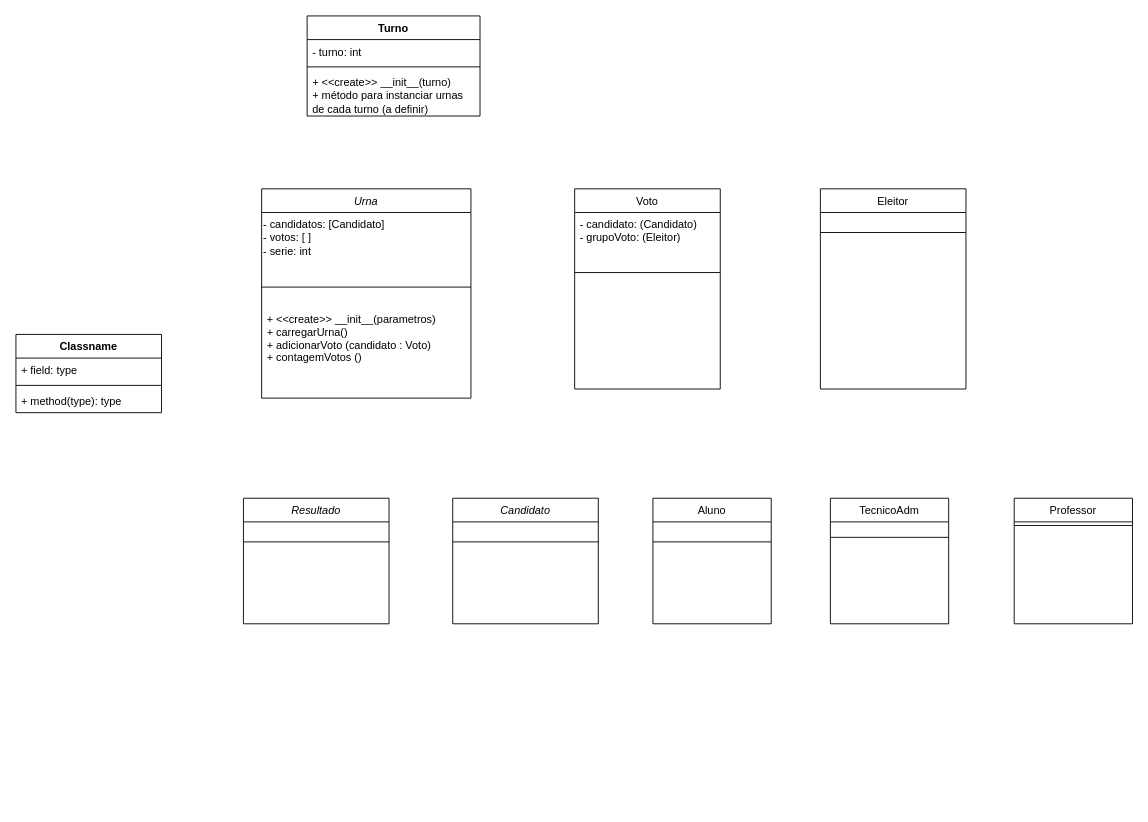
This is projeto_urna.drawio from Alien-Love/T1_INE5605, a draw.io file, before an edit. Source tidied: cells renumbered, new cells numbered last; positions are measured from the earlier drawing's top-left corner, leaving out a move shared by most shapes. Both pictures are drawn from the tidied source at 91%, with x=0, y=0 at pixel (15, 15).
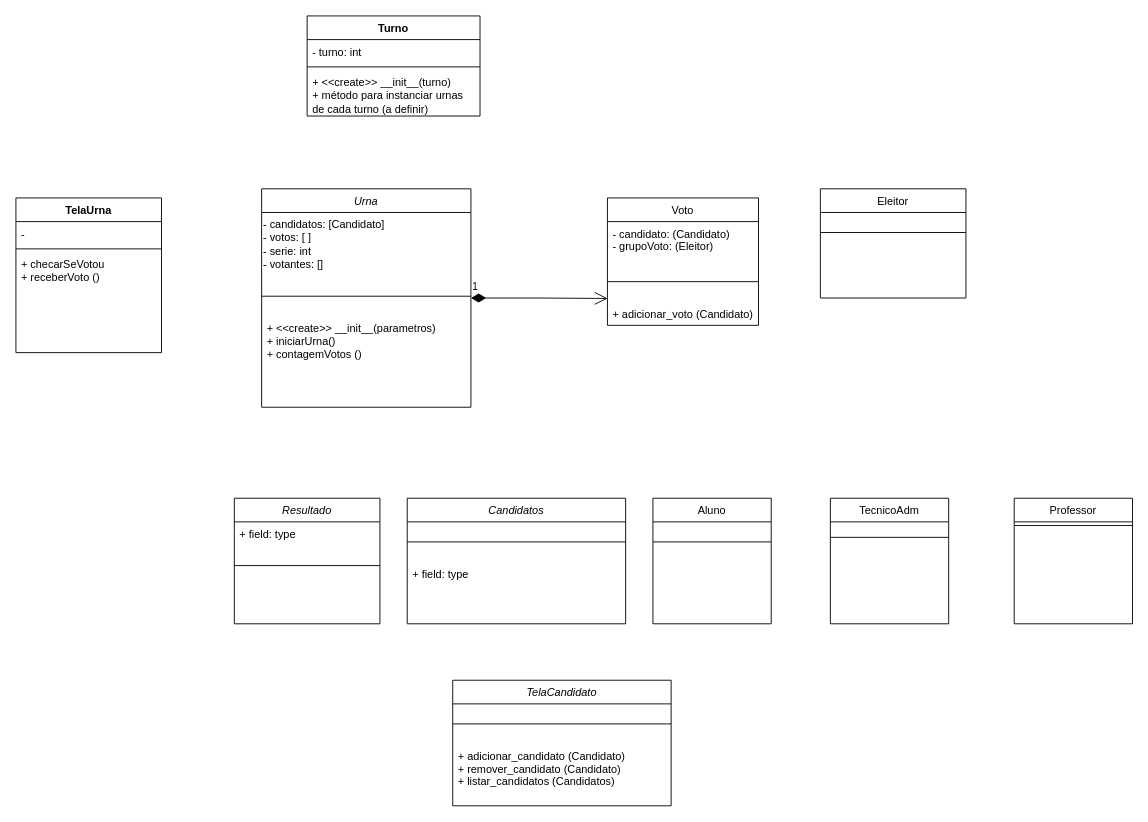
The same diagram, later.

Diff of the diagram source:
```diff
@@
     <mxCell id="2" value="Urna" style="swimlane;fontStyle=2;align=center;verticalAlign=top;horizontal=1;startSize=26;rounded=0;shadow=0;strokeWidth=1;" parent="1" vertex="1">
-      <mxGeometry x="270" y="190" width="230" height="230" as="geometry" />
+      <mxGeometry x="270" y="190" width="230" height="240" as="geometry" />
     </mxCell>
-    <mxCell id="3" value="- candidatos: [Candidato]&lt;br&gt;- votos: [ ]&lt;br&gt;- serie: int" style="text;html=1;align=left;verticalAlign=top;strokeColor=none;fillColor=none;" parent="2" vertex="1">
-      <mxGeometry y="26" width="230" height="60" as="geometry" />
+    <mxCell id="3" value="- candidatos: [Candidato]&lt;br&gt;- votos: [ ]&lt;br&gt;- serie: int&lt;br&gt;- votantes: []" style="text;html=1;align=left;verticalAlign=top;strokeColor=none;fillColor=none;" parent="2" vertex="1">
+      <mxGeometry y="26" width="230" height="70" as="geometry" />
     </mxCell>
     <mxCell id="4" style="line;html=1;strokeWidth=1;align=left;verticalAlign=middle;spacingTop=-1;spacingLeft=3;spacingRight=3;labelPosition=right;" parent="2" vertex="1">
-      <mxGeometry y="86" width="230" height="44" as="geometry" />
+      <mxGeometry y="96" width="230" height="44" as="geometry" />
     </mxCell>
-    <mxCell id="5" value="+ &lt;&lt;create&gt;&gt; __init__(parametros)&#10;+ carregarUrna()&#10;+ adicionarVoto (candidato : Voto)&#10;+ contagemVotos ()" style="text;strokeColor=none;fillColor=none;align=left;verticalAlign=top;spacingLeft=4;spacingRight=4;overflow=hidden;" parent="2" vertex="1">
-      <mxGeometry y="130" width="230" height="100" as="geometry" />
+    <mxCell id="5" value="+ &lt;&lt;create&gt;&gt; __init__(parametros)&#10;+ iniciarUrna()&#10;+ contagemVotos ()" style="text;strokeColor=none;fillColor=none;align=left;verticalAlign=top;spacingLeft=4;spacingRight=4;overflow=hidden;" parent="2" vertex="1">
+      <mxGeometry y="140" width="230" height="100" as="geometry" />
     </mxCell>
@@
     <mxCell id="8" value="Voto" style="swimlane;fontStyle=0;align=center;verticalAlign=top;horizontal=1;startSize=26;rounded=0;shadow=0;strokeWidth=1;" parent="1" vertex="1">
-      <mxGeometry x="614" y="190" width="160" height="220" as="geometry" />
+      <mxGeometry x="650" y="200" width="166" height="140" as="geometry" />
     </mxCell>
     <mxCell id="9" value="- candidato: (Candidato)&#10;- grupoVoto: (Eleitor)" style="text;strokeColor=none;fillColor=none;align=left;verticalAlign=top;spacingLeft=4;spacingRight=4;overflow=hidden;" parent="8" vertex="1">
-      <mxGeometry y="26" width="160" height="44" as="geometry" />
+      <mxGeometry y="26" width="166" height="44" as="geometry" />
     </mxCell>
     <mxCell id="10" style="line;html=1;strokeWidth=1;align=left;verticalAlign=middle;spacingTop=-1;spacingLeft=3;spacingRight=3;labelPosition=right;" parent="8" vertex="1">
-      <mxGeometry y="70" width="160" height="44" as="geometry" />
+      <mxGeometry y="70" width="166" height="44" as="geometry" />
     </mxCell>
+    <mxCell id="29" value="+ adicionar_voto (Candidato)" style="text;strokeColor=none;fillColor=none;align=left;verticalAlign=top;spacingLeft=4;spacingRight=4;overflow=hidden;points=[[0,0.5],[1,0.5]];portConstraint=eastwest;" parent="8" vertex="1">
+      <mxGeometry y="114" width="166" height="26" as="geometry" />
+    </mxCell>
     <mxCell id="11" value="Eleitor" style="swimlane;fontStyle=0;align=center;verticalAlign=top;horizontal=1;startSize=26;rounded=0;shadow=0;strokeWidth=1;" parent="1" vertex="1">
-      <mxGeometry x="884" y="190" width="160" height="220" as="geometry" />
+      <mxGeometry x="884" y="190" width="160" height="120" as="geometry" />
     </mxCell>
@@
-    <mxCell id="17" value="Candidato" style="swimlane;fontStyle=2;align=center;verticalAlign=top;horizontal=1;startSize=26;rounded=0;shadow=0;strokeWidth=1;" parent="1" vertex="1">
-      <mxGeometry x="480" y="530" width="160" height="138" as="geometry" />
+    <mxCell id="17" value="Candidatos" style="swimlane;fontStyle=2;align=center;verticalAlign=top;horizontal=1;startSize=26;rounded=0;shadow=0;strokeWidth=1;" parent="1" vertex="1">
+      <mxGeometry x="430" y="530" width="240" height="138" as="geometry" />
     </mxCell>
     <mxCell id="18" style="line;html=1;strokeWidth=1;align=left;verticalAlign=middle;spacingTop=-1;spacingLeft=3;spacingRight=3;labelPosition=right;" parent="17" vertex="1">
-      <mxGeometry y="26" width="160" height="44" as="geometry" />
+      <mxGeometry y="26" width="240" height="44" as="geometry" />
     </mxCell>
+    <mxCell id="30" value="+ field: type" style="text;strokeColor=none;fillColor=none;align=left;verticalAlign=top;spacingLeft=4;spacingRight=4;overflow=hidden;" parent="17" vertex="1">
+      <mxGeometry y="70" width="240" height="26" as="geometry" />
+    </mxCell>
     <mxCell id="19" value="Resultado" style="swimlane;fontStyle=2;align=center;verticalAlign=top;horizontal=1;startSize=26;rounded=0;shadow=0;strokeWidth=1;" parent="1" vertex="1">
-      <mxGeometry x="250" y="530" width="160" height="138" as="geometry" />
+      <mxGeometry x="240" y="530" width="160" height="138" as="geometry" />
     </mxCell>
+    <mxCell id="31" value="+ field: type" style="text;strokeColor=none;fillColor=none;align=left;verticalAlign=top;spacingLeft=4;spacingRight=4;overflow=hidden;" parent="19" vertex="1">
+      <mxGeometry y="26" width="160" height="26" as="geometry" />
+    </mxCell>
     <mxCell id="20" style="line;html=1;strokeWidth=1;align=left;verticalAlign=middle;spacingTop=-1;spacingLeft=3;spacingRight=3;labelPosition=right;" parent="19" vertex="1">
-      <mxGeometry y="26" width="160" height="44" as="geometry" />
+      <mxGeometry y="52" width="160" height="44" as="geometry" />
     </mxCell>
-    <mxCell id="21" value="Classname" style="swimlane;fontStyle=1;align=center;verticalAlign=top;horizontal=1;startSize=26;" parent="1" vertex="1">
-      <mxGeometry y="350" width="160" height="86" as="geometry" />
+    <mxCell id="21" value="TelaUrna" style="swimlane;fontStyle=1;align=center;verticalAlign=top;horizontal=1;startSize=26;" parent="1" vertex="1">
+      <mxGeometry y="200" width="160" height="170" as="geometry" />
     </mxCell>
-    <mxCell id="22" value="+ field: type" style="text;strokeColor=none;fillColor=none;align=left;verticalAlign=top;spacingLeft=4;spacingRight=4;overflow=hidden;" parent="21" vertex="1">
+    <mxCell id="22" value="- " style="text;strokeColor=none;fillColor=none;align=left;verticalAlign=top;spacingLeft=4;spacingRight=4;overflow=hidden;" parent="21" vertex="1">
       <mxGeometry y="26" width="160" height="26" as="geometry" />
     </mxCell>
@@
-    <mxCell id="24" value="+ method(type): type" style="text;strokeColor=none;fillColor=none;align=left;verticalAlign=top;spacingLeft=4;spacingRight=4;overflow=hidden;" parent="21" vertex="1">
-      <mxGeometry y="60" width="160" height="26" as="geometry" />
+    <mxCell id="24" value="+ checarSeVotou &#10;+ receberVoto ()" style="text;strokeColor=none;fillColor=none;align=left;verticalAlign=top;spacingLeft=4;spacingRight=4;overflow=hidden;" parent="21" vertex="1">
+      <mxGeometry y="60" width="160" height="110" as="geometry" />
     </mxCell>
@@
+    <mxCell id="32" value="TelaCandidato" style="swimlane;fontStyle=2;align=center;verticalAlign=top;horizontal=1;startSize=26;rounded=0;shadow=0;strokeWidth=1;" parent="1" vertex="1">
+      <mxGeometry x="480" y="730" width="240" height="138" as="geometry" />
+    </mxCell>
+    <mxCell id="33" style="line;html=1;strokeWidth=1;align=left;verticalAlign=middle;spacingTop=-1;spacingLeft=3;spacingRight=3;labelPosition=right;" parent="32" vertex="1">
+      <mxGeometry y="26" width="240" height="44" as="geometry" />
+    </mxCell>
+    <mxCell id="34" value="+ adicionar_candidato (Candidato)&#10;+ remover_candidato (Candidato)&#10;+ listar_candidatos (Candidatos)" style="text;strokeColor=none;fillColor=none;align=left;verticalAlign=top;spacingLeft=4;spacingRight=4;overflow=hidden;" parent="32" vertex="1">
+      <mxGeometry y="70" width="240" height="60" as="geometry" />
+    </mxCell>
+    <mxCell id="35" value="1" style="endArrow=open;html=1;endSize=12;startArrow=diamondThin;startSize=14;startFill=1;edgeStyle=orthogonalEdgeStyle;align=left;verticalAlign=bottom;rounded=0;entryX=0.001;entryY=-0.135;entryDx=0;entryDy=0;entryPerimeter=0;" parent="1" edge="1" target="29">
+      <mxGeometry x="-1" y="3" relative="1" as="geometry">
+        <mxPoint x="500" y="310" as="sourcePoint" />
+        <Array as="points">
+          <mxPoint x="575" y="310" />
+        </Array>
+      </mxGeometry>
+    </mxCell>
```
